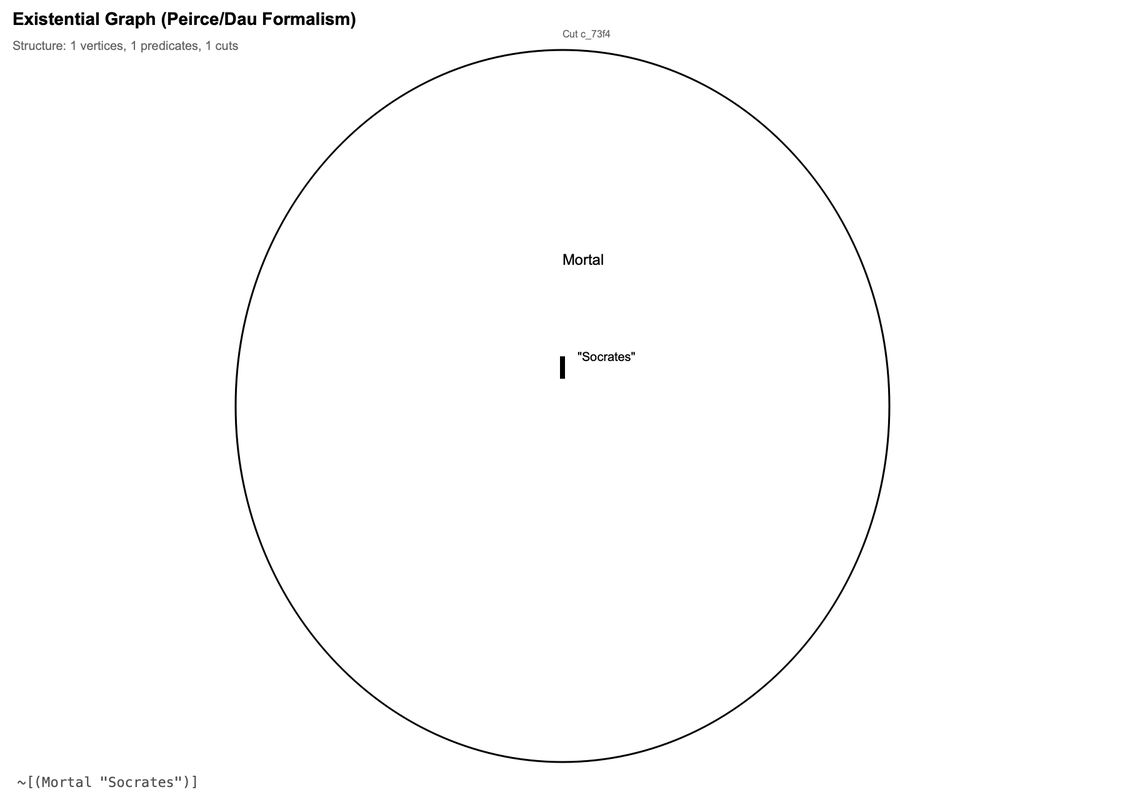
Before: reports/sanity_egif_dot/negation.png, a diagram exported from Graphviz (mijahauan/Arisbe). Its source is kept beside it as reports/sanity_egif_dot/negation.dot. Its diagram source:
```dot
graph EG {
    graph [clusterrank=local, compound=true, newrank=true, rankdir=TB,
           overlap=false, splines=true, concentrate=false];

    node [shape=circle, width=0.4, height=0.4, fixedsize=true,
          fontsize=10, margin=0.2];
    edge [arrowhead=none, len=3.5, minlen=2.5, weight=1.0];

    nodesep=1.2;        // Compact node separation
    ranksep=1.0;        // Compact rank separation
    margin=1.5;         // Keep graph margin modest
    pad="1.5,1.5";      // Keep padding modest
    sep="+8";           // Compact minimum separation


  node [shape=circle, style=filled, fillcolor=lightblue, fontsize=10];
  edge [fontsize=9, labeldistance=1.5, labelangle=0];

  subgraph cluster_c_73f44ac6 {
    label="Cut c_73f44a";
    style=rounded;
    color=black;
    penwidth=1.5;
    margin=16.00;  // Padding around cut contents
    labelloc=top;
    fontsize=8;
    clusterrank=local;  // Layout this cluster separately

    v_ac4d713f [label="", width=0.84, height=0.65, fixedsize=true];
    e_f2bee77f [label="Mortal", shape=box, fillcolor=lightyellow, width=1.70, height=0.60, fixedsize=true];
  }

  v_ac4d713f -- e_f2bee77f [style=bold, penwidth=2, lhead=cluster_c_73f44ac6, ltail=cluster_c_73f44ac6];

}
```
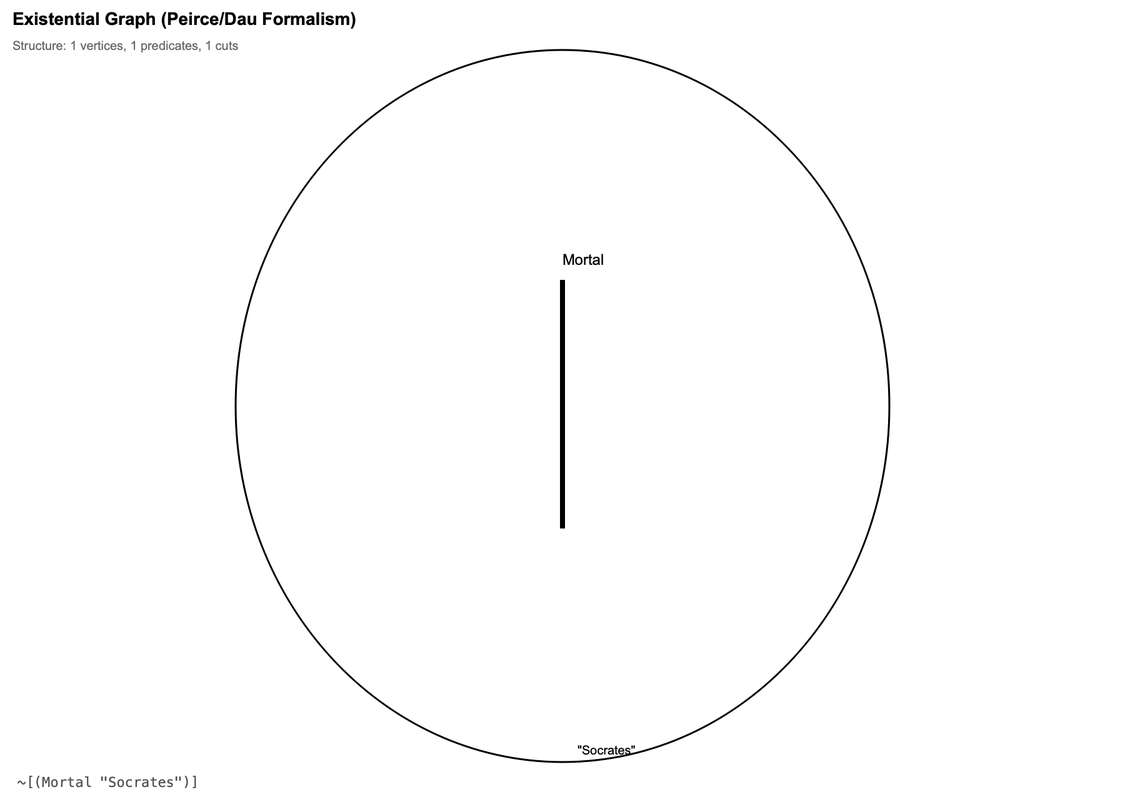
Later version of the same file.

Change to the diagram source:
```diff
@@ -16,8 +16,8 @@
   node [shape=circle, style=filled, fillcolor=lightblue, fontsize=10];
   edge [fontsize=9, labeldistance=1.5, labelangle=0];
 
-  subgraph cluster_c_73f44ac6 {
-    label="Cut c_73f44a";
+  subgraph cluster_c_3bc477f3 {
+    label="Cut c_3bc477";
     style=rounded;
     color=black;
     penwidth=1.5;
@@ -26,10 +26,10 @@
     fontsize=8;
     clusterrank=local;  // Layout this cluster separately
 
-    v_ac4d713f [label="", width=0.84, height=0.65, fixedsize=true];
-    e_f2bee77f [label="Mortal", shape=box, fillcolor=lightyellow, width=1.70, height=0.60, fixedsize=true];
+    v_87ec38d6 [label="", width=0.84, height=0.65, fixedsize=true];
+    e_9e4d1a9f [label="Mortal", shape=box, fillcolor=lightyellow, width=1.70, height=0.60, fixedsize=true];
   }
 
-  v_ac4d713f -- e_f2bee77f [style=bold, penwidth=2, lhead=cluster_c_73f44ac6, ltail=cluster_c_73f44ac6];
+  v_87ec38d6 -- e_9e4d1a9f [style=bold, penwidth=2, lhead=cluster_c_3bc477f3, ltail=cluster_c_3bc477f3];
 
 }
```
